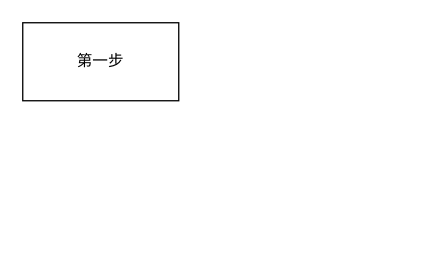
This is 未命名绘图.drawio from BFD2018/myDiagrams, a draw.io file, before an edit. Source tidied: cells renumbered, new cells numbered last; positions are measured from the earlier drawing's top-left corner, leaving out a move shared by most shapes. Both pictures are drawn from the tidied source at 130%, with x=0, y=0 at pixel (22, 22).
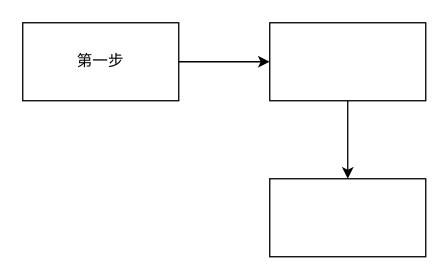
After the change.

Commit message (it also covers changes not shown here):
更新未命名绘图.drawio

Change to the diagram source:
```diff
@@
 <mxGraphModel>
   <root>
     <mxCell id="0" />
     <mxCell id="1" parent="0" />
+    <mxCell id="3" style="edgeStyle=orthogonalEdgeStyle;rounded=0;jettySize=auto;html=1;entryX=0;entryY=0.5;entryDx=0;entryDy=0;" parent="1" edge="1" source="2" target="5">
+      <mxGeometry relative="1" as="geometry" />
+    </mxCell>
     <mxCell id="2" value="第一步" style="rounded=0;whiteSpace=wrap;html=1;" parent="1" vertex="1">
       <mxGeometry width="120" height="60" as="geometry" />
     </mxCell>
+    <mxCell id="4" style="edgeStyle=orthogonalEdgeStyle;rounded=0;jettySize=auto;html=1;" parent="1" edge="1" source="5" target="6">
+      <mxGeometry relative="1" as="geometry" />
+    </mxCell>
+    <mxCell id="5" style="rounded=0;whiteSpace=wrap;html=1;" parent="1" vertex="1">
+      <mxGeometry x="190" width="120" height="60" as="geometry" />
+    </mxCell>
+    <mxCell id="6" style="rounded=0;whiteSpace=wrap;html=1;" parent="1" vertex="1">
+      <mxGeometry x="190" y="120" width="120" height="60" as="geometry" />
+    </mxCell>
   </root>
 </mxGraphModel>
```
